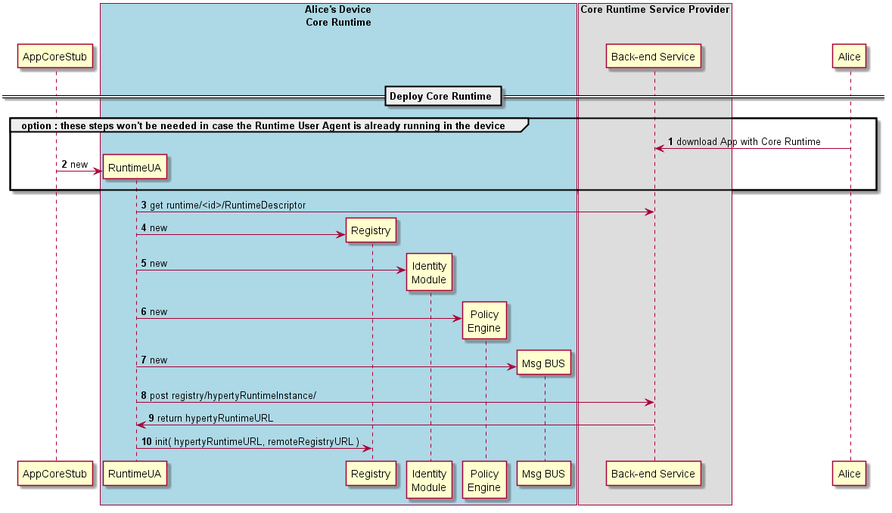
Before: dynamic-view/basics/deploy-runtime.png, a diagram exported from PlantUML (reTHINK-project/specs). Its source is kept beside it as dynamic-view/basics/deploy-runtime.plantuml.
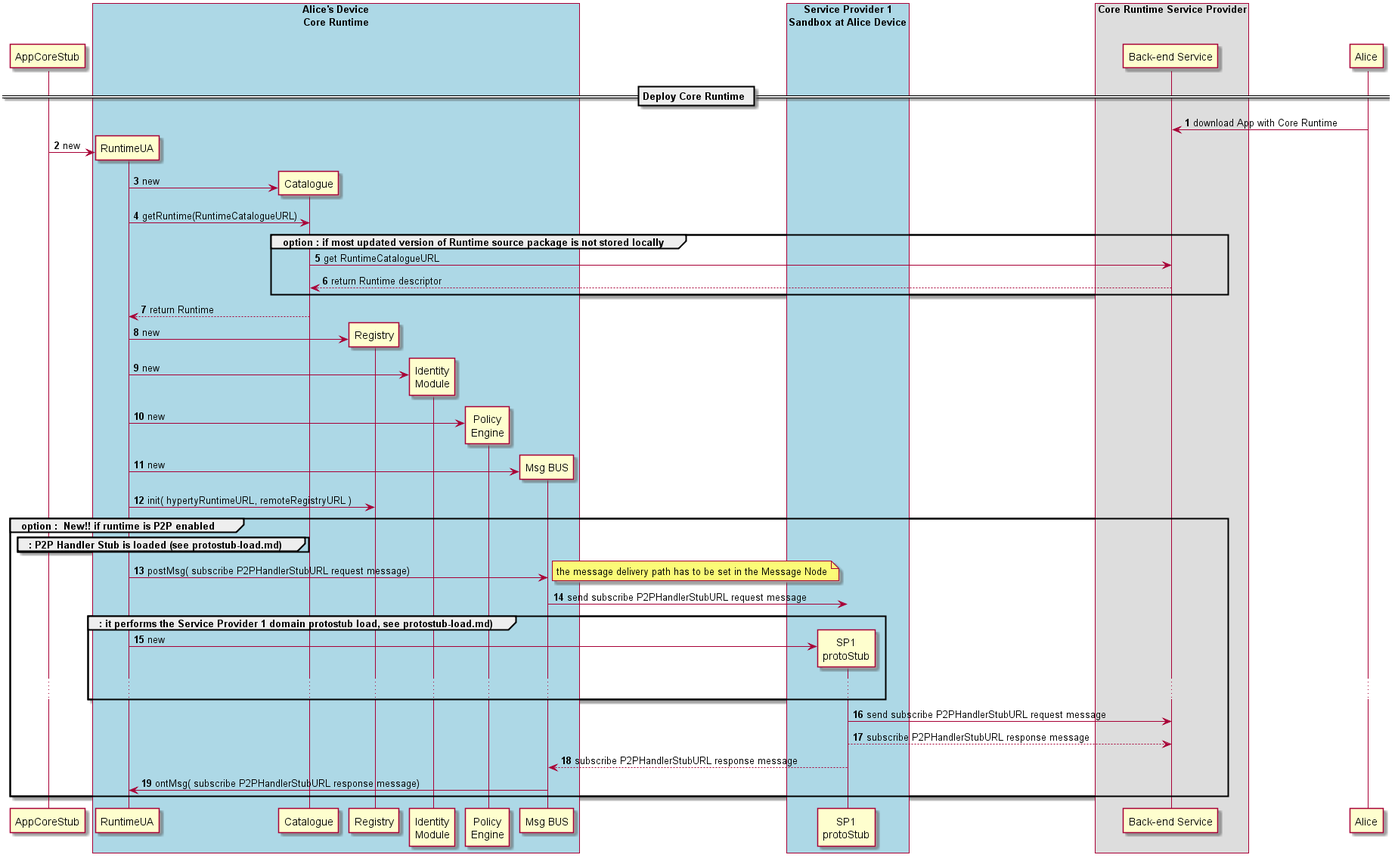
Later version of the same file.

Commit message:
runtime deployment updated to support p2p stubs

Change to the diagram source:
```diff
@@ -12,6 +12,10 @@
 !define SHOW_IdentitiesAtRuntimeA
 !define SHOW_AuthAtRuntimeA
 !define SHOW_CoreAgentAtRuntimeA
+!define SHOW_CatalogueAtRuntimeA
+
+!define SHOW_SP1SandboxAtRuntimeA
+!define SHOW_Protostub1AtRuntimeA
 
 !define SHOW_CoreRuntimeProvider
 
@@ -19,15 +23,25 @@
 
 == Deploy Core Runtime ==
 
-group option : these steps won't be needed in case the Runtime User Agent is already running in the device
-
 Alice -> CoreRunSP : download App with Core Runtime
 
 create RunUA@A
 App@A -> RunUA@A : new
+
+create RunCat@A
+RunUA@A -> RunCat@A : new
+
+RunUA@A -> RunCat@A : getRuntime(RuntimeCatalogueURL)
+
+group option : if most updated version of Runtime source package is not stored locally
+
+  RunCat@A -> CoreRunSP : get RuntimeCatalogueURL
+
+  RunCat@A <-- CoreRunSP : return Runtime descriptor
+
 end group
 
-RunUA@A -> CoreRunSP : get runtime/<id>/RuntimeDescriptor
+RunUA@A <-- RunCat@A : return Runtime
 
 create RunReg@A
 RunUA@A -> RunReg@A : new
@@ -41,10 +55,40 @@
 create BUS@A
 RunUA@A -> BUS@A : new
 
-RunUA@A -> CoreRunSP : post registry/hypertyRuntimeInstance/
-
-RunUA@A <- CoreRunSP : return hypertyRuntimeURL
-
 RunUA@A -> RunReg@A : init( hypertyRuntimeURL, remoteRegistryURL )
 
+group option : ** New!! if runtime is P2P enabled  **
+
+  group : P2P Handler Stub is loaded (see protostub-load.md)
+  end group
+
+RunUA@A -> BUS@A : postMsg( subscribe P2PHandlerStubURL request message)
+
+  note right
+    the message delivery path has to be set in the Message Node
+  end note
+
+  BUS@A -> Proto1@A : send subscribe P2PHandlerStubURL request message
+
+
+  group : it performs the Service Provider 1 domain protostub load, see protostub-load.md)
+
+    create Proto1@A
+    RunUA@A -> Proto1@A : new
+    ...
+
+  end group
+
+  CoreRunSP <- Proto1@A : send subscribe P2PHandlerStubURL request message
+
+  CoreRunSP <-- Proto1@A : subscribe P2PHandlerStubURL response message
+
+  BUS@A <-- Proto1@A : subscribe P2PHandlerStubURL response message
+
+  RunUA@A <- BUS@A : ontMsg( subscribe P2PHandlerStubURL response message)
+
+end group
+
+
+
 @enduml
```
